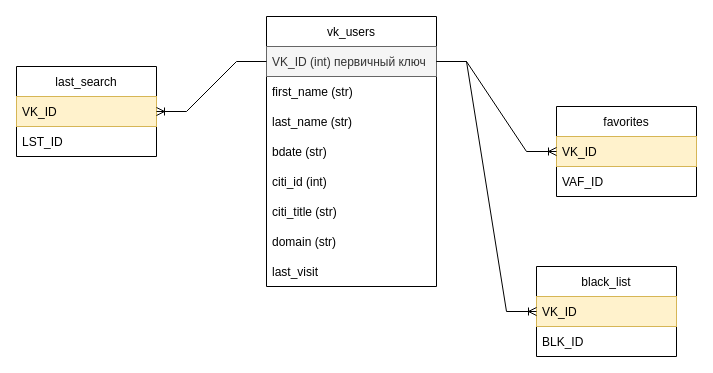
The draw.io diagram docs/Untitled Diagram.drawio in Garbuzenko/VKinder, before the edit. Source tidied: cells renumbered, new cells numbered last; positions are measured from the earlier drawing's top-left corner, leaving out a move shared by most shapes. Both pictures are drawn from the tidied source at 100%, with x=0, y=0 at pixel (16, 16).
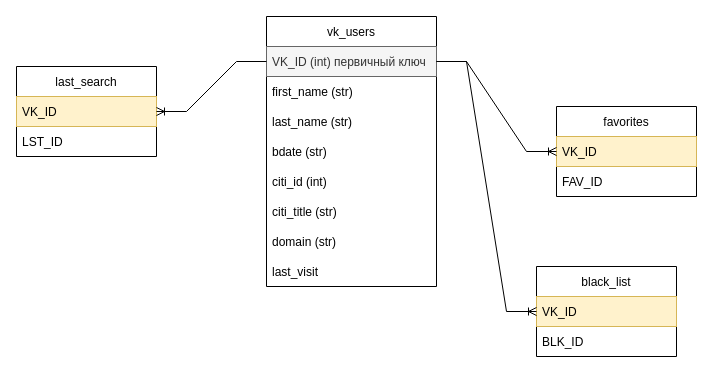
The same page after the edit.

Unchanged cells that the change refers to:
```xml
<mxCell id="11" value="favorites" style="swimlane;fontStyle=0;horizontal=1;startSize=30;" parent="1" vertex="1">
  <mxGeometry x="540" y="90" width="140" height="90" as="geometry" />
</mxCell>
```

Change to the diagram source:
```diff
@@
-    <mxCell id="13" value="VAF_ID" style="text;strokeColor=none;fillColor=none;align=left;verticalAlign=middle;spacingLeft=4;spacingRight=4;overflow=hidden;" parent="11" vertex="1">
+    <mxCell id="13" value="FAV_ID" style="text;strokeColor=none;fillColor=none;align=left;verticalAlign=middle;spacingLeft=4;spacingRight=4;overflow=hidden;" parent="11" vertex="1">
       <mxGeometry y="60" width="140" height="30" as="geometry" />
     </mxCell>
```
